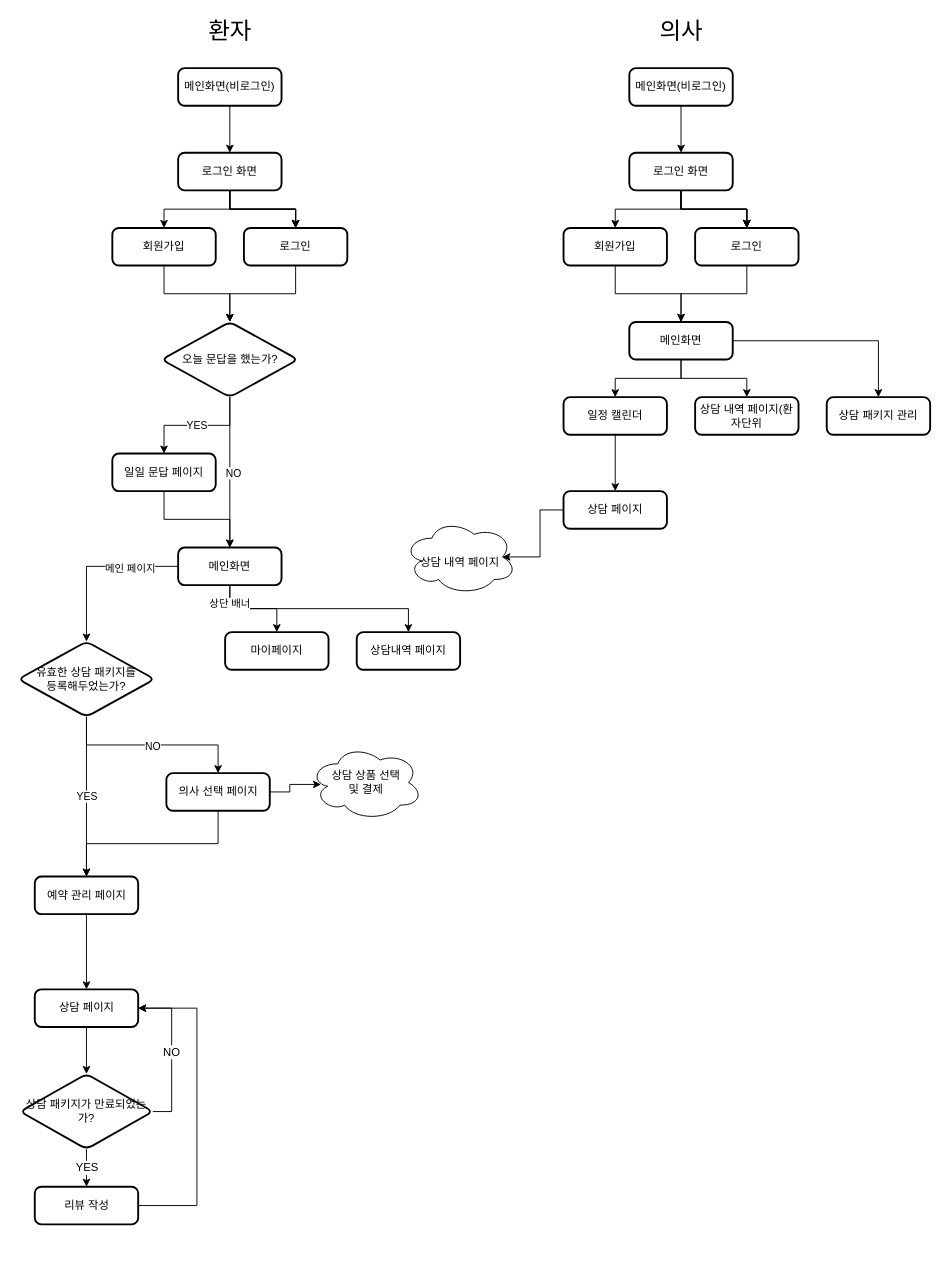
Above: page "파랑지우개" (1 of 2) of Flowchart_BlueEraser.drawio in 2021-Paas-ta-CDRS/BlueEraser_be (draw.io), before the change. Source tidied: cells renumbered, new cells numbered last; positions are measured from the earlier drawing's top-left corner, leaving out a move shared by most shapes. Both pictures are drawn from the tidied source at 94%, with x=0, y=0 at pixel (18, 21).
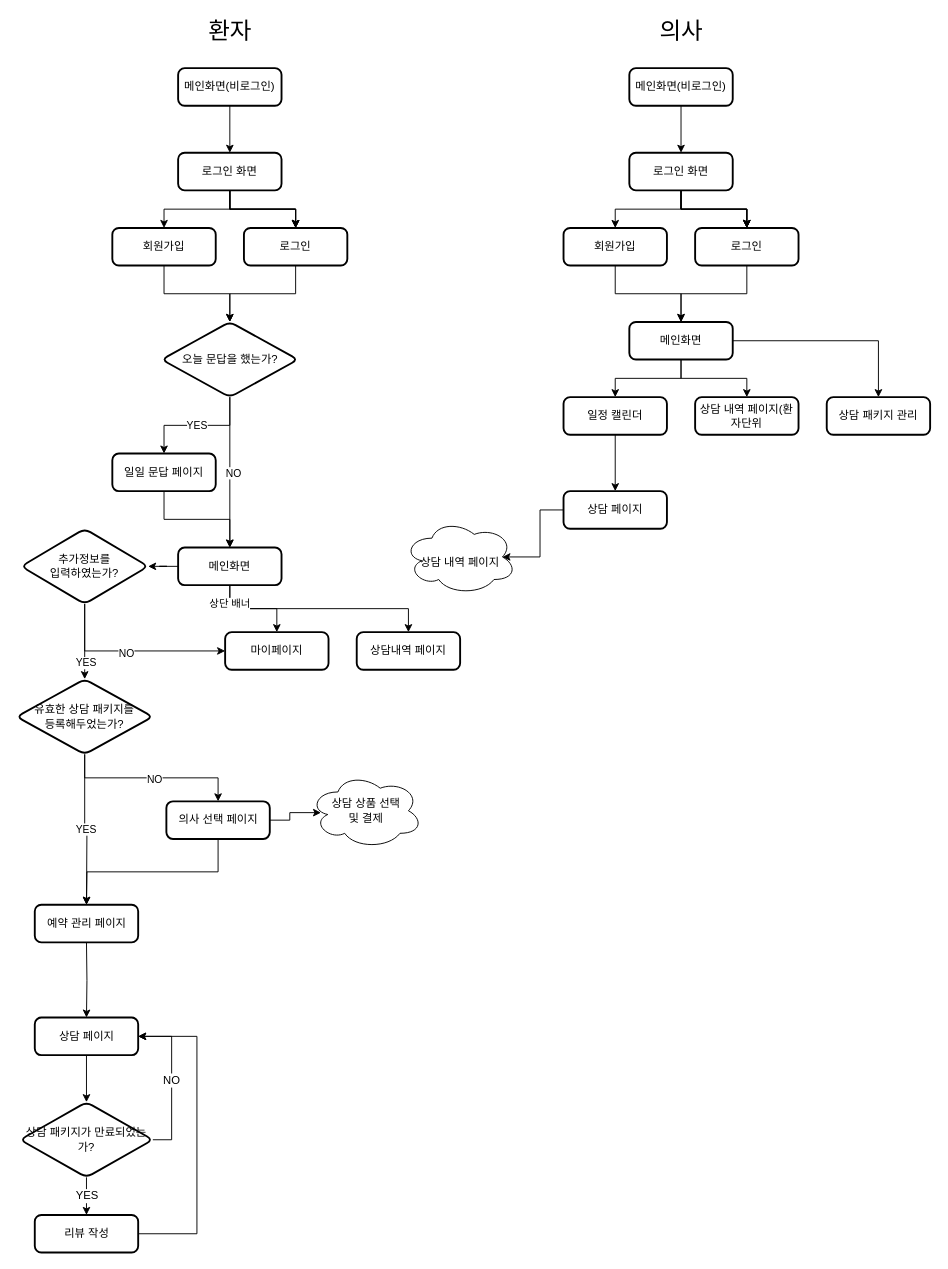
The same diagram, later.

Commit message:
FIX: 추가정보 확인 플로우 추가

The change refers to these unchanged cells:
```xml
<mxCell id="24" value="메인화면" style="rounded=1;whiteSpace=wrap;html=1;absoluteArcSize=1;arcSize=14;strokeWidth=2;" parent="1" vertex="1">
  <mxGeometry x="170" y="560" width="110" height="40" as="geometry" />
</mxCell>
<mxCell id="34" value="마이페이지" style="rounded=1;whiteSpace=wrap;html=1;absoluteArcSize=1;arcSize=14;strokeWidth=2;" parent="1" vertex="1">
  <mxGeometry x="220" y="650" width="110" height="40" as="geometry" />
</mxCell>
```

What changed in the source:
```diff
@@
-    <mxCell id="20" style="edgeStyle=orthogonalEdgeStyle;rounded=0;jettySize=auto;html=1;entryX=0.5;entryY=0;entryDx=0;entryDy=0;" parent="1" edge="1" source="24" target="28">
-      <mxGeometry relative="1" as="geometry" />
-    </mxCell>
-    <mxCell id="21" value="메인 페이지" style="edgeLabel;html=1;align=center;verticalAlign=middle;" parent="20" vertex="1">
-      <mxGeometry x="-0.41" y="2" relative="1" as="geometry" />
-    </mxCell>
@@
+    <mxCell id="69" style="edgeStyle=orthogonalEdgeStyle;rounded=0;jettySize=auto;html=1;" parent="1" edge="1" source="24" target="74">
+      <mxGeometry relative="1" as="geometry" />
+    </mxCell>
@@
-    <mxCell id="25" value="YES" style="edgeStyle=orthogonalEdgeStyle;rounded=0;jettySize=auto;html=1;entryX=0.5;entryY=0;entryDx=0;entryDy=0;" parent="1" edge="1" source="28" target="30">
-      <mxGeometry relative="1" as="geometry" />
+    <mxCell id="25" value="YES" style="edgeStyle=orthogonalEdgeStyle;rounded=0;jettySize=auto;html=1;entryX=0.5;entryY=0;entryDx=0;entryDy=0;" parent="1" edge="1" source="28">
+      <mxGeometry relative="1" as="geometry">
+        <mxPoint x="72.5" y="940" as="targetPoint" />
+      </mxGeometry>
     </mxCell>
@@
     <mxCell id="28" value="유효한 상담 패키지를 &lt;br&gt;등록해두었는가?" style="rhombus;whiteSpace=wrap;html=1;rounded=1;strokeWidth=2;arcSize=14;" parent="1" vertex="1">
-      <mxGeometry y="660" width="145" height="80" as="geometry" />
+      <mxGeometry x="-1.9" y="700" width="145" height="80" as="geometry" />
     </mxCell>
-    <mxCell id="29" style="edgeStyle=orthogonalEdgeStyle;rounded=0;jettySize=auto;html=1;" parent="1" edge="1" source="30" target="37">
-      <mxGeometry relative="1" as="geometry" />
+    <mxCell id="29" style="edgeStyle=orthogonalEdgeStyle;rounded=0;jettySize=auto;html=1;" parent="1" edge="1" target="37">
+      <mxGeometry relative="1" as="geometry">
+        <mxPoint x="72.5" y="980" as="sourcePoint" />
+      </mxGeometry>
     </mxCell>
     <mxCell id="30" value="예약 관리 페이지" style="rounded=1;whiteSpace=wrap;html=1;absoluteArcSize=1;arcSize=14;strokeWidth=2;" parent="1" vertex="1">
-      <mxGeometry x="17.5" y="910" width="110" height="40" as="geometry" />
+      <mxGeometry x="17.5" y="940" width="110" height="40" as="geometry" />
     </mxCell>
-    <mxCell id="31" style="edgeStyle=orthogonalEdgeStyle;rounded=0;jettySize=auto;html=1;exitX=0.5;exitY=1;exitDx=0;exitDy=0;entryX=0.5;entryY=0;entryDx=0;entryDy=0;" parent="1" edge="1" source="33" target="30">
-      <mxGeometry relative="1" as="geometry" />
+    <mxCell id="31" style="edgeStyle=orthogonalEdgeStyle;rounded=0;jettySize=auto;html=1;exitX=0.5;exitY=1;exitDx=0;exitDy=0;entryX=0.5;entryY=0;entryDx=0;entryDy=0;" parent="1" edge="1" source="33">
+      <mxGeometry relative="1" as="geometry">
+        <mxPoint x="72.5" y="940" as="targetPoint" />
+      </mxGeometry>
     </mxCell>
@@
     <mxCell id="33" value="의사 선택 페이지" style="rounded=1;whiteSpace=wrap;html=1;absoluteArcSize=1;arcSize=14;strokeWidth=2;" parent="1" vertex="1">
-      <mxGeometry x="157.5" y="800" width="110" height="40" as="geometry" />
+      <mxGeometry x="157.5" y="830" width="110" height="40" as="geometry" />
     </mxCell>
@@
     <mxCell id="37" value="상담 페이지" style="rounded=1;whiteSpace=wrap;html=1;absoluteArcSize=1;arcSize=14;strokeWidth=2;" parent="1" vertex="1">
-      <mxGeometry x="17.5" y="1030" width="110" height="40" as="geometry" />
+      <mxGeometry x="17.5" y="1060" width="110" height="40" as="geometry" />
     </mxCell>
@@
     <mxCell id="62" value="상담 상품 선택&lt;br&gt;및 결제" style="ellipse;shape=cloud;whiteSpace=wrap;html=1;fontSize=12;" parent="1" vertex="1">
-      <mxGeometry x="310" y="770" width="120" height="80" as="geometry" />
+      <mxGeometry x="310" y="800" width="120" height="80" as="geometry" />
     </mxCell>
@@
     <mxCell id="66" value="상담 패키지가 만료되었는가?" style="rhombus;whiteSpace=wrap;html=1;rounded=1;strokeWidth=2;arcSize=14;" parent="1" vertex="1">
-      <mxGeometry x="1.9" y="1120" width="141.2" height="80" as="geometry" />
+      <mxGeometry x="1.9" y="1150" width="141.2" height="80" as="geometry" />
     </mxCell>
     <mxCell id="67" style="edgeStyle=orthogonalEdgeStyle;rounded=0;jettySize=auto;html=1;exitX=1;exitY=0.5;exitDx=0;exitDy=0;entryX=1;entryY=0.5;entryDx=0;entryDy=0;fontSize=12;" parent="1" edge="1" source="68" target="37">
       <mxGeometry relative="1" as="geometry">
         <Array as="points">
-          <mxPoint x="190" y="1260" />
-          <mxPoint x="190" y="1050" />
+          <mxPoint x="190" y="1290" />
+          <mxPoint x="190" y="1080" />
         </Array>
       </mxGeometry>
     </mxCell>
     <mxCell id="68" value="리뷰 작성" style="rounded=1;whiteSpace=wrap;html=1;absoluteArcSize=1;arcSize=14;strokeWidth=2;" parent="1" vertex="1">
-      <mxGeometry x="17.5" y="1240" width="110" height="40" as="geometry" />
+      <mxGeometry x="17.5" y="1270" width="110" height="40" as="geometry" />
     </mxCell>
+    <mxCell id="70" style="edgeStyle=orthogonalEdgeStyle;rounded=0;jettySize=auto;html=1;" parent="1" edge="1" source="74" target="28">
+      <mxGeometry relative="1" as="geometry" />
+    </mxCell>
+    <mxCell id="71" value="YES" style="edgeLabel;html=1;align=center;verticalAlign=middle;" parent="70" vertex="1">
+      <mxGeometry x="0.54" y="1" relative="1" as="geometry" />
+    </mxCell>
+    <mxCell id="72" style="edgeStyle=orthogonalEdgeStyle;rounded=0;jettySize=auto;html=1;exitX=0.5;exitY=1;exitDx=0;exitDy=0;entryX=0;entryY=0.5;entryDx=0;entryDy=0;" parent="1" edge="1" source="74" target="34">
+      <mxGeometry relative="1" as="geometry" />
+    </mxCell>
+    <mxCell id="73" value="NO" style="edgeLabel;html=1;align=center;verticalAlign=middle;" parent="72" vertex="1">
+      <mxGeometry x="-0.06" y="-2" relative="1" as="geometry" />
+    </mxCell>
+    <mxCell id="74" value="추가정보를&lt;br&gt;입력하였는가?" style="rhombus;whiteSpace=wrap;html=1;rounded=1;strokeWidth=2;arcSize=14;" parent="1" vertex="1">
+      <mxGeometry x="3.1" y="540" width="135" height="80" as="geometry" />
+    </mxCell>
```
